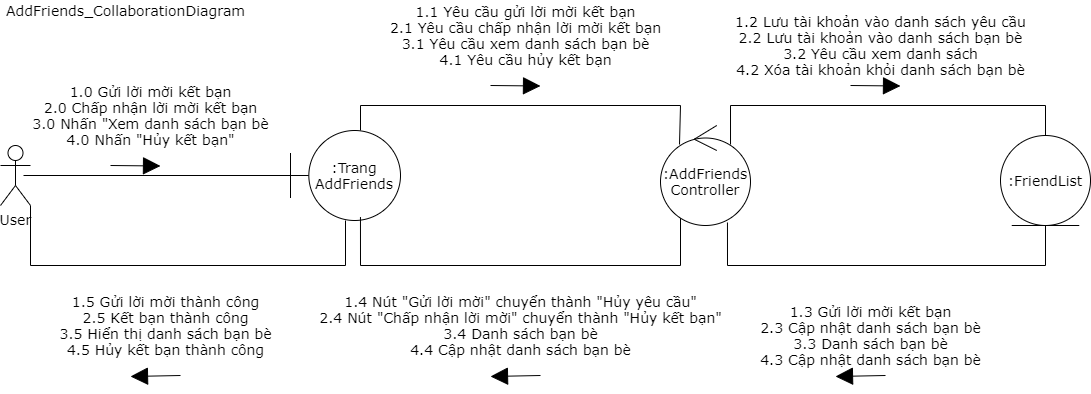
The draw.io diagram ToDoApp-Doc/Document/Diagram/Collaboration Diagram/AddFriends/AddFriends_CollaborationDiagram.png in Merevoli-DatLuu/To-Do-App, before a commit. Source tidied: cells renumbered, new cells last; positions are measured from the earlier drawing's top-left corner, leaving out a move shared by most shapes. The source it was exported from:
```xml
<mxGraphModel>
  <root>
    <mxCell id="0" />
    <mxCell id="1" parent="0" />
    <mxCell id="2" value="User" style="shape=umlActor;verticalLabelPosition=bottom;verticalAlign=top;html=1;outlineConnect=0;fontSize=14;fontFamily=Verdana;" parent="1" vertex="1">
      <mxGeometry y="145" width="30" height="60" as="geometry" />
    </mxCell>
    <mxCell id="3" style="endArrow=none;html=1;exitX=0.767;exitY=0.5;exitDx=0;exitDy=0;exitPerimeter=0;entryX=0.036;entryY=0.5;entryDx=0;entryDy=0;entryPerimeter=0;fontSize=14;fontFamily=Verdana;" parent="1" edge="1" source="2" target="6">
      <mxGeometry relative="1" as="geometry" />
    </mxCell>
    <mxCell id="4" style="edgeStyle=orthogonalEdgeStyle;rounded=0;jumpSize=6;jettySize=auto;html=1;startSize=6;endArrow=none;endFill=0;endSize=15;strokeWidth=1;entryX=0.211;entryY=0.19;entryDx=0;entryDy=0;entryPerimeter=0;fontSize=14;fontFamily=Verdana;" parent="1" edge="1" source="6" target="9">
      <mxGeometry relative="1" as="geometry">
        <Array as="points">
          <mxPoint x="360" y="105" />
          <mxPoint x="680" y="105" />
        </Array>
      </mxGeometry>
    </mxCell>
    <mxCell id="5" style="edgeStyle=orthogonalEdgeStyle;rounded=0;jumpSize=6;jettySize=auto;html=1;startSize=6;endArrow=none;endFill=0;endSize=15;strokeWidth=1;fontSize=14;fontFamily=Verdana;" parent="1" edge="1" source="6" target="2">
      <mxGeometry relative="1" as="geometry">
        <Array as="points">
          <mxPoint x="345" y="265" />
          <mxPoint x="30" y="265" />
        </Array>
      </mxGeometry>
    </mxCell>
    <mxCell id="6" value=":Trang&lt;br style=&quot;font-size: 14px;&quot;&gt;AddFriends" style="shape=umlBoundary;whiteSpace=wrap;html=1;fontSize=14;fontFamily=Verdana;" parent="1" vertex="1">
      <mxGeometry x="290" y="130" width="110" height="90" as="geometry" />
    </mxCell>
    <mxCell id="7" style="edgeStyle=orthogonalEdgeStyle;rounded=0;jumpSize=6;jettySize=auto;html=1;entryX=0.5;entryY=0;entryDx=0;entryDy=0;startSize=6;endArrow=none;endFill=0;endSize=15;strokeWidth=1;exitX=0.778;exitY=0.19;exitDx=0;exitDy=0;exitPerimeter=0;fontSize=14;fontFamily=Verdana;" parent="1" edge="1" source="9" target="11">
      <mxGeometry relative="1" as="geometry">
        <Array as="points">
          <mxPoint x="730" y="105" />
          <mxPoint x="1045" y="105" />
        </Array>
      </mxGeometry>
    </mxCell>
    <mxCell id="8" style="edgeStyle=orthogonalEdgeStyle;rounded=0;jumpSize=6;jettySize=auto;html=1;entryX=0.636;entryY=0.962;entryDx=0;entryDy=0;entryPerimeter=0;startSize=6;endArrow=none;endFill=0;endSize=15;strokeWidth=1;fontSize=14;fontFamily=Verdana;" parent="1" edge="1" source="9" target="6">
      <mxGeometry relative="1" as="geometry">
        <Array as="points">
          <mxPoint x="680" y="265" />
          <mxPoint x="360" y="265" />
        </Array>
      </mxGeometry>
    </mxCell>
    <mxCell id="9" value=":AddFriends&lt;br style=&quot;font-size: 14px;&quot;&gt;Controller" style="ellipse;shape=umlControl;whiteSpace=wrap;html=1;fontSize=14;fontFamily=Verdana;" parent="1" vertex="1">
      <mxGeometry x="660" y="125" width="90" height="100" as="geometry" />
    </mxCell>
    <mxCell id="10" style="edgeStyle=orthogonalEdgeStyle;rounded=0;jumpSize=6;jettySize=auto;html=1;exitX=0.5;exitY=1;exitDx=0;exitDy=0;entryX=0.744;entryY=0.97;entryDx=0;entryDy=0;entryPerimeter=0;startSize=6;endArrow=none;endFill=0;endSize=15;strokeWidth=1;fontSize=14;fontFamily=Verdana;" parent="1" edge="1" source="11" target="9">
      <mxGeometry relative="1" as="geometry">
        <Array as="points">
          <mxPoint x="1045" y="265" />
          <mxPoint x="727" y="265" />
        </Array>
      </mxGeometry>
    </mxCell>
    <mxCell id="11" value=":FriendList" style="ellipse;shape=umlEntity;whiteSpace=wrap;html=1;fontSize=14;fontFamily=Verdana;" parent="1" vertex="1">
      <mxGeometry x="1000" y="135" width="90" height="90" as="geometry" />
    </mxCell>
    <mxCell id="12" style="endArrow=block;html=1;endSize=15;endFill=1;fontSize=14;fontFamily=Verdana;" parent="1" edge="1">
      <mxGeometry x="0.19" y="30" relative="1" as="geometry">
        <mxPoint x="490" y="85" as="sourcePoint" />
        <mxPoint x="540" y="85.5" as="targetPoint" />
      </mxGeometry>
    </mxCell>
    <mxCell id="13" value="1.1 Yêu cầu gửi lời mời kết bạn&lt;br style=&quot;font-size: 14px;&quot;&gt;2.1 Yêu cầu chấp nhận lời mời kết bạn&lt;br style=&quot;font-size: 14px;&quot;&gt;3.1 Yêu cầu xem danh sách bạn bè&lt;br style=&quot;font-size: 14px;&quot;&gt;4.1 Yêu cầu hủy kết bạn" style="text;html=1;align=center;verticalAlign=middle;fontSize=14;fontFamily=Verdana;" parent="1" vertex="1">
      <mxGeometry x="380" width="290" height="70" as="geometry" />
    </mxCell>
    <mxCell id="14" style="endArrow=block;html=1;endSize=15;endFill=1;fontSize=14;fontFamily=Verdana;" parent="1" edge="1">
      <mxGeometry x="0.19" y="30" relative="1" as="geometry">
        <mxPoint x="110" y="165" as="sourcePoint" />
        <mxPoint x="160" y="165.5" as="targetPoint" />
      </mxGeometry>
    </mxCell>
    <mxCell id="15" value="1.0 Gửi lời mời kết bạn&lt;br style=&quot;font-size: 14px;&quot;&gt;2.0 Chấp nhận lời mời kết bạn&lt;br style=&quot;font-size: 14px;&quot;&gt;3.0 Nhấn &quot;Xem danh sách bạn bè&lt;br style=&quot;font-size: 14px;&quot;&gt;4.0 Nhấn &quot;Hủy kết bạn&quot;" style="text;html=1;align=center;verticalAlign=middle;fontSize=14;fontFamily=Verdana;" parent="1" vertex="1">
      <mxGeometry x="25" y="80" width="250" height="70" as="geometry" />
    </mxCell>
    <mxCell id="16" style="endArrow=block;html=1;endSize=15;endFill=1;fontSize=14;fontFamily=Verdana;" parent="1" edge="1">
      <mxGeometry x="0.19" y="30" relative="1" as="geometry">
        <mxPoint x="850" y="85" as="sourcePoint" />
        <mxPoint x="900" y="85.5" as="targetPoint" />
      </mxGeometry>
    </mxCell>
    <mxCell id="17" value="1.2 Lưu tài khoản vào danh sách yêu cầu&lt;br style=&quot;font-size: 14px;&quot;&gt;2.2 Lưu tài khoản vào danh sách bạn bè&lt;br style=&quot;font-size: 14px;&quot;&gt;3.2 Yêu cầu xem danh sách&lt;br style=&quot;font-size: 14px;&quot;&gt;4.2 Xóa tài khoản khỏi danh sách bạn bè" style="text;html=1;align=center;verticalAlign=middle;fontSize=14;fontFamily=Verdana;" parent="1" vertex="1">
      <mxGeometry x="725" y="10" width="310" height="70" as="geometry" />
    </mxCell>
    <mxCell id="18" style="group;fontSize=14;fontFamily=Verdana;" parent="1" vertex="1">
      <mxGeometry x="420" y="285" width="310" height="91" as="geometry" />
    </mxCell>
    <mxCell id="19" style="endArrow=block;html=1;endSize=15;endFill=1;fontSize=14;fontFamily=Verdana;" parent="18" edge="1">
      <mxGeometry x="0.19" y="30" relative="1" as="geometry">
        <mxPoint x="120" y="90" as="sourcePoint" />
        <mxPoint x="70" y="91" as="targetPoint" />
      </mxGeometry>
    </mxCell>
    <mxCell id="20" value="1.4 Nút &quot;Gửi lời mời&quot; chuyển thành &quot;Hủy yêu cầu&quot;&lt;br style=&quot;font-size: 14px;&quot;&gt;2.4 Nút &quot;Chấp nhận lời mời&quot; chuyển thành &quot;Hủy kết bạn&quot;&lt;br style=&quot;font-size: 14px;&quot;&gt;3.4 Danh sách bạn bè&lt;br style=&quot;font-size: 14px;&quot;&gt;4.4 Cập nhật danh sách bạn bè" style="text;html=1;align=center;verticalAlign=middle;fontSize=14;fontFamily=Verdana;" parent="18" vertex="1">
      <mxGeometry x="-110" y="5" width="420" height="70" as="geometry" />
    </mxCell>
    <mxCell id="21" style="group;fontSize=14;fontFamily=Verdana;" parent="1" vertex="1">
      <mxGeometry x="60" y="285" width="220" height="91" as="geometry" />
    </mxCell>
    <mxCell id="22" style="endArrow=block;html=1;endSize=15;endFill=1;fontSize=14;fontFamily=Verdana;" parent="21" edge="1">
      <mxGeometry x="0.19" y="30" relative="1" as="geometry">
        <mxPoint x="120" y="90" as="sourcePoint" />
        <mxPoint x="70" y="91" as="targetPoint" />
      </mxGeometry>
    </mxCell>
    <mxCell id="23" value="1.5 Gửi lời mời thành công&lt;br style=&quot;font-size: 14px;&quot;&gt;2.5 Kết bạn thành công&lt;br style=&quot;font-size: 14px;&quot;&gt;3.5 Hiển thị danh sách bạn bè&lt;br style=&quot;font-size: 14px;&quot;&gt;4.5 Hủy kết bạn thành công" style="text;html=1;align=center;verticalAlign=middle;fontSize=14;fontFamily=Verdana;" parent="21" vertex="1">
      <mxGeometry x="-10" y="5" width="230" height="70" as="geometry" />
    </mxCell>
    <mxCell id="24" style="group;fontSize=14;fontFamily=Verdana;" parent="1" vertex="1">
      <mxGeometry x="750" y="305" width="240" height="71" as="geometry" />
    </mxCell>
    <mxCell id="25" style="endArrow=block;html=1;endSize=15;endFill=1;fontSize=14;fontFamily=Verdana;" parent="24" edge="1">
      <mxGeometry x="0.19" y="30" relative="1" as="geometry">
        <mxPoint x="135" y="70" as="sourcePoint" />
        <mxPoint x="85" y="71" as="targetPoint" />
      </mxGeometry>
    </mxCell>
    <mxCell id="26" value="1.3 Gửi lời mời kết bạn&lt;br style=&quot;font-size: 14px;&quot;&gt;2.3 Cập nhật danh sách bạn bè&lt;br style=&quot;font-size: 14px;&quot;&gt;3.3 Danh sách bạn bè&lt;br style=&quot;font-size: 14px;&quot;&gt;4.3 Cập nhật danh sách bạn bè" style="text;html=1;align=center;verticalAlign=middle;fontSize=14;fontFamily=Verdana;" parent="24" vertex="1">
      <mxGeometry y="-5" width="240" height="70" as="geometry" />
    </mxCell>
    <mxCell id="27" value="AddFriends_CollaborationDiagram" style="text;html=1;align=center;verticalAlign=middle;fontSize=14;fontFamily=Verdana;" parent="1" vertex="1">
      <mxGeometry width="250" height="20" as="geometry" />
    </mxCell>
  </root>
</mxGraphModel>
```
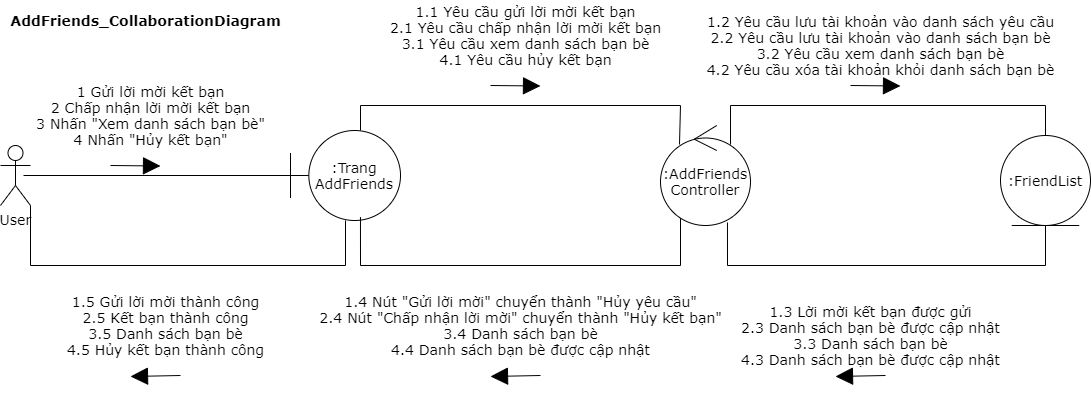
After the commit.

Commit message:
[Modified]: Modified AddFriends_CollaborationDiagram

The edit, as a diff of the source:
```diff
@@ -72,8 +72,8 @@
         <mxPoint x="160" y="165.5" as="targetPoint" />
       </mxGeometry>
     </mxCell>
-    <mxCell id="15" value="1.0 Gửi lời mời kết bạn&lt;br style=&quot;font-size: 14px;&quot;&gt;2.0 Chấp nhận lời mời kết bạn&lt;br style=&quot;font-size: 14px;&quot;&gt;3.0 Nhấn &quot;Xem danh sách bạn bè&lt;br style=&quot;font-size: 14px;&quot;&gt;4.0 Nhấn &quot;Hủy kết bạn&quot;" style="text;html=1;align=center;verticalAlign=middle;fontSize=14;fontFamily=Verdana;" parent="1" vertex="1">
-      <mxGeometry x="25" y="80" width="250" height="70" as="geometry" />
+    <mxCell id="15" value="1 Gửi lời mời kết bạn&lt;br style=&quot;font-size: 14px&quot;&gt;2 Chấp nhận lời mời kết bạn&lt;br style=&quot;font-size: 14px&quot;&gt;3 Nhấn &quot;Xem danh sách bạn bè&quot;&lt;br style=&quot;font-size: 14px&quot;&gt;4 Nhấn &quot;Hủy kết bạn&quot;" style="text;html=1;align=center;verticalAlign=middle;fontSize=14;fontFamily=Verdana;" parent="1" vertex="1">
+      <mxGeometry x="30" y="80" width="240" height="70" as="geometry" />
     </mxCell>
     <mxCell id="16" style="endArrow=block;html=1;endSize=15;endFill=1;fontSize=14;fontFamily=Verdana;" parent="1" edge="1">
       <mxGeometry x="0.19" y="30" relative="1" as="geometry">
@@ -81,8 +81,8 @@
         <mxPoint x="900" y="85.5" as="targetPoint" />
       </mxGeometry>
     </mxCell>
-    <mxCell id="17" value="1.2 Lưu tài khoản vào danh sách yêu cầu&lt;br style=&quot;font-size: 14px;&quot;&gt;2.2 Lưu tài khoản vào danh sách bạn bè&lt;br style=&quot;font-size: 14px;&quot;&gt;3.2 Yêu cầu xem danh sách&lt;br style=&quot;font-size: 14px;&quot;&gt;4.2 Xóa tài khoản khỏi danh sách bạn bè" style="text;html=1;align=center;verticalAlign=middle;fontSize=14;fontFamily=Verdana;" parent="1" vertex="1">
-      <mxGeometry x="725" y="10" width="310" height="70" as="geometry" />
+    <mxCell id="17" value="1.2 Yêu cầu lưu tài khoản vào danh sách yêu cầu&lt;br style=&quot;font-size: 14px&quot;&gt;2.2 Yêu cầu lưu tài khoản vào danh sách bạn bè&lt;br style=&quot;font-size: 14px&quot;&gt;3.2 Yêu cầu xem danh sách bạn bè&lt;br style=&quot;font-size: 14px&quot;&gt;4.2 Yêu cầu xóa tài khoản khỏi danh sách bạn bè" style="text;html=1;align=center;verticalAlign=middle;fontSize=14;fontFamily=Verdana;" parent="1" vertex="1">
+      <mxGeometry x="700" y="10" width="360" height="70" as="geometry" />
     </mxCell>
     <mxCell id="18" style="group;fontSize=14;fontFamily=Verdana;" parent="1" vertex="1">
       <mxGeometry x="420" y="285" width="310" height="91" as="geometry" />
@@ -93,7 +93,7 @@
         <mxPoint x="70" y="91" as="targetPoint" />
       </mxGeometry>
     </mxCell>
-    <mxCell id="20" value="1.4 Nút &quot;Gửi lời mời&quot; chuyển thành &quot;Hủy yêu cầu&quot;&lt;br style=&quot;font-size: 14px;&quot;&gt;2.4 Nút &quot;Chấp nhận lời mời&quot; chuyển thành &quot;Hủy kết bạn&quot;&lt;br style=&quot;font-size: 14px;&quot;&gt;3.4 Danh sách bạn bè&lt;br style=&quot;font-size: 14px;&quot;&gt;4.4 Cập nhật danh sách bạn bè" style="text;html=1;align=center;verticalAlign=middle;fontSize=14;fontFamily=Verdana;" parent="18" vertex="1">
+    <mxCell id="20" value="1.4 Nút &quot;Gửi lời mời&quot; chuyển thành &quot;Hủy yêu cầu&quot;&lt;br style=&quot;font-size: 14px&quot;&gt;2.4 Nút &quot;Chấp nhận lời mời&quot; chuyển thành &quot;Hủy kết bạn&quot;&lt;br style=&quot;font-size: 14px&quot;&gt;3.4 Danh sách bạn bè&lt;br style=&quot;font-size: 14px&quot;&gt;4.4 Danh sách bạn bè được cập nhật" style="text;html=1;align=center;verticalAlign=middle;fontSize=14;fontFamily=Verdana;" parent="18" vertex="1">
       <mxGeometry x="-110" y="5" width="420" height="70" as="geometry" />
     </mxCell>
     <mxCell id="21" style="group;fontSize=14;fontFamily=Verdana;" parent="1" vertex="1">
@@ -105,11 +105,11 @@
         <mxPoint x="70" y="91" as="targetPoint" />
       </mxGeometry>
     </mxCell>
-    <mxCell id="23" value="1.5 Gửi lời mời thành công&lt;br style=&quot;font-size: 14px;&quot;&gt;2.5 Kết bạn thành công&lt;br style=&quot;font-size: 14px;&quot;&gt;3.5 Hiển thị danh sách bạn bè&lt;br style=&quot;font-size: 14px;&quot;&gt;4.5 Hủy kết bạn thành công" style="text;html=1;align=center;verticalAlign=middle;fontSize=14;fontFamily=Verdana;" parent="21" vertex="1">
-      <mxGeometry x="-10" y="5" width="230" height="70" as="geometry" />
+    <mxCell id="23" value="1.5 Gửi lời mời thành công&lt;br style=&quot;font-size: 14px&quot;&gt;2.5 Kết bạn thành công&lt;br style=&quot;font-size: 14px&quot;&gt;3.5 Danh sách bạn bè&lt;br style=&quot;font-size: 14px&quot;&gt;4.5 Hủy kết bạn thành công" style="text;html=1;align=center;verticalAlign=middle;fontSize=14;fontFamily=Verdana;" parent="21" vertex="1">
+      <mxGeometry y="5" width="210" height="70" as="geometry" />
     </mxCell>
     <mxCell id="24" style="group;fontSize=14;fontFamily=Verdana;" parent="1" vertex="1">
-      <mxGeometry x="750" y="305" width="240" height="71" as="geometry" />
+      <mxGeometry x="750" y="305" width="255" height="71" as="geometry" />
     </mxCell>
     <mxCell id="25" style="endArrow=block;html=1;endSize=15;endFill=1;fontSize=14;fontFamily=Verdana;" parent="24" edge="1">
       <mxGeometry x="0.19" y="30" relative="1" as="geometry">
@@ -117,11 +117,11 @@
         <mxPoint x="85" y="71" as="targetPoint" />
       </mxGeometry>
     </mxCell>
-    <mxCell id="26" value="1.3 Gửi lời mời kết bạn&lt;br style=&quot;font-size: 14px;&quot;&gt;2.3 Cập nhật danh sách bạn bè&lt;br style=&quot;font-size: 14px;&quot;&gt;3.3 Danh sách bạn bè&lt;br style=&quot;font-size: 14px;&quot;&gt;4.3 Cập nhật danh sách bạn bè" style="text;html=1;align=center;verticalAlign=middle;fontSize=14;fontFamily=Verdana;" parent="24" vertex="1">
-      <mxGeometry y="-5" width="240" height="70" as="geometry" />
+    <mxCell id="26" value="1.3 Lời mời kết bạn được gửi&lt;br style=&quot;font-size: 14px&quot;&gt;2.3 Danh sách bạn bè được cập nhật&lt;br style=&quot;font-size: 14px&quot;&gt;3.3 Danh sách bạn bè&lt;br style=&quot;font-size: 14px&quot;&gt;4.3 Danh sách bạn bè được cập nhật" style="text;html=1;align=center;verticalAlign=middle;fontSize=14;fontFamily=Verdana;" parent="24" vertex="1">
+      <mxGeometry x="-15" y="-5" width="270" height="70" as="geometry" />
     </mxCell>
-    <mxCell id="27" value="AddFriends_CollaborationDiagram" style="text;html=1;align=center;verticalAlign=middle;fontSize=14;fontFamily=Verdana;" parent="1" vertex="1">
-      <mxGeometry width="250" height="20" as="geometry" />
+    <mxCell id="27" value="AddFriends_CollaborationDiagram" style="text;html=1;align=center;verticalAlign=middle;fontSize=14;fontFamily=Verdana;fontStyle=1;" parent="1" vertex="1">
+      <mxGeometry y="10" width="290" height="20" as="geometry" />
     </mxCell>
   </root>
 </mxGraphModel>
```
